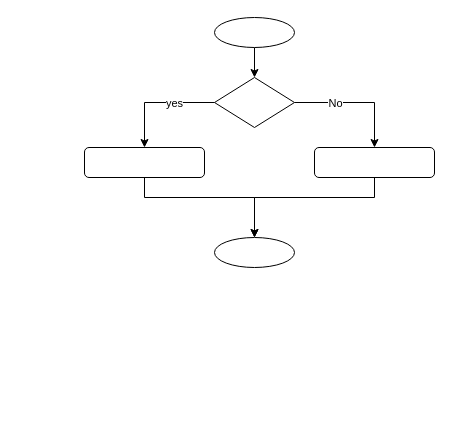
deeperj/rust keeps this draw.io diagram as schema/control.drawio. Above is the earlier version. Source tidied: cells renumbered, new cells numbered last; positions are measured from the earlier drawing's top-left corner, leaving out a move shared by most shapes. Both pictures are drawn from the tidied source at 100%, with x=0, y=0 at pixel (84, 17).
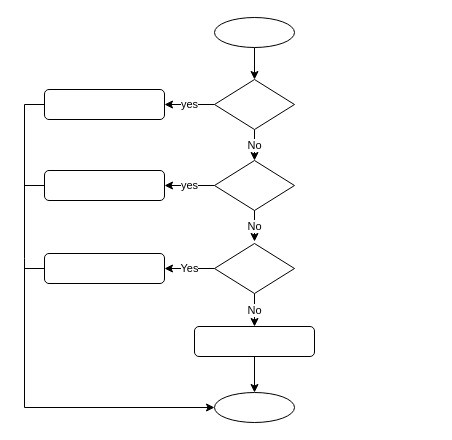
The same diagram, later.

The edit, as a diff of the source:
```diff
@@
     <mxCell id="4" style="ellipse;whiteSpace=wrap;html=1;" parent="1" vertex="1">
-      <mxGeometry x="130" y="220" width="80" height="30" as="geometry" />
+      <mxGeometry x="130" y="375" width="80" height="30" as="geometry" />
     </mxCell>
-    <mxCell id="5" style="edgeStyle=orthogonalEdgeStyle;rounded=0;jettySize=auto;html=1;" parent="1" edge="1" source="7" target="9">
-      <mxGeometry relative="1" as="geometry">
-        <Array as="points">
-          <mxPoint x="290" y="85" />
-        </Array>
-      </mxGeometry>
-    </mxCell>
-    <mxCell id="6" value="No" style="edgeLabel;html=1;align=center;verticalAlign=middle;" parent="5" vertex="1">
-      <mxGeometry x="-0.11" y="1" relative="1" as="geometry">
-        <mxPoint x="-16" y="1" as="offset" />
-      </mxGeometry>
-    </mxCell>
+    <mxCell id="14" value="yes" style="edgeStyle=orthogonalEdgeStyle;rounded=0;jettySize=auto;html=1;exitX=0;exitY=0.5;exitDx=0;exitDy=0;entryX=1;entryY=0.5;entryDx=0;entryDy=0;endArrow=classic;endFill=1;" parent="1" edge="1" source="7" target="25">
+      <mxGeometry relative="1" as="geometry" />
+    </mxCell>
+    <mxCell id="15" value="No" style="edgeStyle=orthogonalEdgeStyle;rounded=0;jettySize=auto;html=1;exitX=0.5;exitY=1;exitDx=0;exitDy=0;entryX=0.5;entryY=0;entryDx=0;entryDy=0;endArrow=classic;endFill=1;" parent="1" edge="1" source="7">
+      <mxGeometry relative="1" as="geometry">
+        <mxPoint x="170" y="143" as="targetPoint" />
+      </mxGeometry>
+    </mxCell>
     <mxCell id="7" style="rhombus;whiteSpace=wrap;html=1;" parent="1" vertex="1">
-      <mxGeometry x="130" y="60" width="80" height="50" as="geometry" />
+      <mxGeometry x="130" y="62" width="80" height="50" as="geometry" />
     </mxCell>
-    <mxCell id="8" style="edgeStyle=orthogonalEdgeStyle;rounded=0;jettySize=auto;html=1;" parent="1" edge="1" source="9" target="4">
-      <mxGeometry relative="1" as="geometry">
-        <Array as="points">
-          <mxPoint x="290" y="180" />
-          <mxPoint x="170" y="180" />
-        </Array>
-      </mxGeometry>
-    </mxCell>
-    <mxCell id="9" style="rounded=1;whiteSpace=wrap;html=1;" parent="1" vertex="1">
-      <mxGeometry x="230" y="130" width="120" height="30" as="geometry" />
-    </mxCell>
-    <mxCell id="10" style="edgeStyle=orthogonalEdgeStyle;rounded=0;jettySize=auto;html=1;exitX=0.5;exitY=1;exitDx=0;exitDy=0;" parent="1" edge="1" source="11">
-      <mxGeometry relative="1" as="geometry">
-        <mxPoint x="170" y="220" as="targetPoint" />
-        <Array as="points">
-          <mxPoint x="60" y="180" />
-          <mxPoint x="170" y="180" />
-        </Array>
-      </mxGeometry>
-    </mxCell>
-    <mxCell id="11" style="rounded=1;whiteSpace=wrap;html=1;" parent="1" vertex="1">
-      <mxGeometry y="130" width="120" height="30" as="geometry" />
-    </mxCell>
-    <mxCell id="12" style="edgeStyle=orthogonalEdgeStyle;rounded=0;jettySize=auto;html=1;exitX=0;exitY=0.5;exitDx=0;exitDy=0;" parent="1" edge="1" source="7" target="11">
-      <mxGeometry relative="1" as="geometry" />
-    </mxCell>
-    <mxCell id="13" value="yes" style="edgeLabel;html=1;align=center;verticalAlign=middle;" parent="12" vertex="1">
-      <mxGeometry x="0.02" y="-2" relative="1" as="geometry">
-        <mxPoint x="18" y="2" as="offset" />
-      </mxGeometry>
-    </mxCell>
+    <mxCell id="16" value="No" style="edgeStyle=orthogonalEdgeStyle;rounded=0;jettySize=auto;html=1;exitX=0.5;exitY=1;exitDx=0;exitDy=0;entryX=0.5;entryY=0;entryDx=0;entryDy=0;endArrow=classic;endFill=1;" parent="1" edge="1" source="18">
+      <mxGeometry relative="1" as="geometry">
+        <mxPoint x="170" y="224" as="targetPoint" />
+      </mxGeometry>
+    </mxCell>
+    <mxCell id="17" value="yes" style="edgeStyle=orthogonalEdgeStyle;rounded=0;jettySize=auto;html=1;exitX=0;exitY=0.5;exitDx=0;exitDy=0;entryX=1;entryY=0.5;entryDx=0;entryDy=0;endArrow=classic;endFill=1;" parent="1" edge="1" source="18" target="27">
+      <mxGeometry relative="1" as="geometry" />
+    </mxCell>
+    <mxCell id="18" style="rhombus;whiteSpace=wrap;html=1;" parent="1" vertex="1">
+      <mxGeometry x="130" y="143" width="80" height="50" as="geometry" />
+    </mxCell>
+    <mxCell id="19" value="No" style="edgeStyle=orthogonalEdgeStyle;rounded=0;jettySize=auto;html=1;exitX=0.5;exitY=1;exitDx=0;exitDy=0;entryX=0.5;entryY=0;entryDx=0;entryDy=0;endArrow=classic;endFill=1;" parent="1" edge="1" source="21" target="23">
+      <mxGeometry relative="1" as="geometry" />
+    </mxCell>
+    <mxCell id="20" value="Yes" style="edgeStyle=orthogonalEdgeStyle;rounded=0;jettySize=auto;html=1;exitX=0;exitY=0.5;exitDx=0;exitDy=0;entryX=1;entryY=0.5;entryDx=0;entryDy=0;endArrow=classic;endFill=1;" parent="1" edge="1" source="21" target="29">
+      <mxGeometry relative="1" as="geometry" />
+    </mxCell>
+    <mxCell id="21" style="rhombus;whiteSpace=wrap;html=1;" parent="1" vertex="1">
+      <mxGeometry x="130" y="226" width="80" height="50" as="geometry" />
+    </mxCell>
+    <mxCell id="22" style="edgeStyle=orthogonalEdgeStyle;rounded=0;jettySize=auto;html=1;exitX=0.5;exitY=1;exitDx=0;exitDy=0;entryX=0.5;entryY=0;entryDx=0;entryDy=0;endArrow=classic;endFill=1;" parent="1" edge="1" source="23" target="4">
+      <mxGeometry relative="1" as="geometry" />
+    </mxCell>
+    <mxCell id="23" style="rounded=1;whiteSpace=wrap;html=1;" parent="1" vertex="1">
+      <mxGeometry x="110" y="309" width="120" height="30" as="geometry" />
+    </mxCell>
+    <mxCell id="24" style="edgeStyle=orthogonalEdgeStyle;rounded=0;jettySize=auto;html=1;exitX=0;exitY=0.5;exitDx=0;exitDy=0;endArrow=none;endFill=0;" parent="1" edge="1" source="25">
+      <mxGeometry relative="1" as="geometry">
+        <mxPoint x="-60" y="380" as="targetPoint" />
+      </mxGeometry>
+    </mxCell>
+    <mxCell id="25" style="rounded=1;whiteSpace=wrap;html=1;" parent="1" vertex="1">
+      <mxGeometry x="-40" y="72" width="120" height="30" as="geometry" />
+    </mxCell>
+    <mxCell id="26" style="edgeStyle=orthogonalEdgeStyle;rounded=0;jettySize=auto;html=1;exitX=0;exitY=0.5;exitDx=0;exitDy=0;endArrow=none;endFill=0;" parent="1" edge="1" source="27">
+      <mxGeometry relative="1" as="geometry">
+        <mxPoint x="-60" y="168" as="targetPoint" />
+      </mxGeometry>
+    </mxCell>
+    <mxCell id="27" style="rounded=1;whiteSpace=wrap;html=1;" parent="1" vertex="1">
+      <mxGeometry x="-40" y="153" width="120" height="30" as="geometry" />
+    </mxCell>
+    <mxCell id="28" style="edgeStyle=orthogonalEdgeStyle;rounded=0;jettySize=auto;html=1;exitX=0;exitY=0.5;exitDx=0;exitDy=0;entryX=0;entryY=0.5;entryDx=0;entryDy=0;endArrow=classic;endFill=1;" parent="1" edge="1" source="29" target="4">
+      <mxGeometry relative="1" as="geometry" />
+    </mxCell>
+    <mxCell id="29" style="rounded=1;whiteSpace=wrap;html=1;" parent="1" vertex="1">
+      <mxGeometry x="-40" y="236" width="120" height="30" as="geometry" />
+    </mxCell>
```
